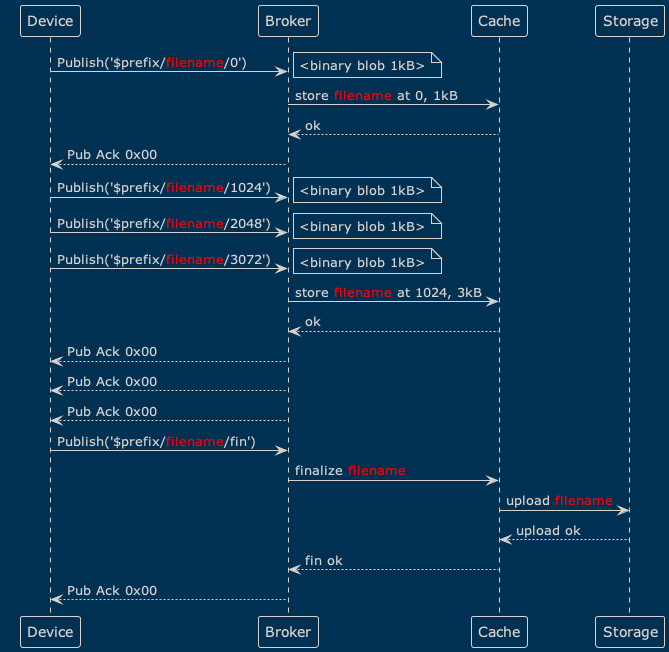
The PlantUML diagram active/0021-assets/flow-happy-path.png in emqx/eip, before a commit.
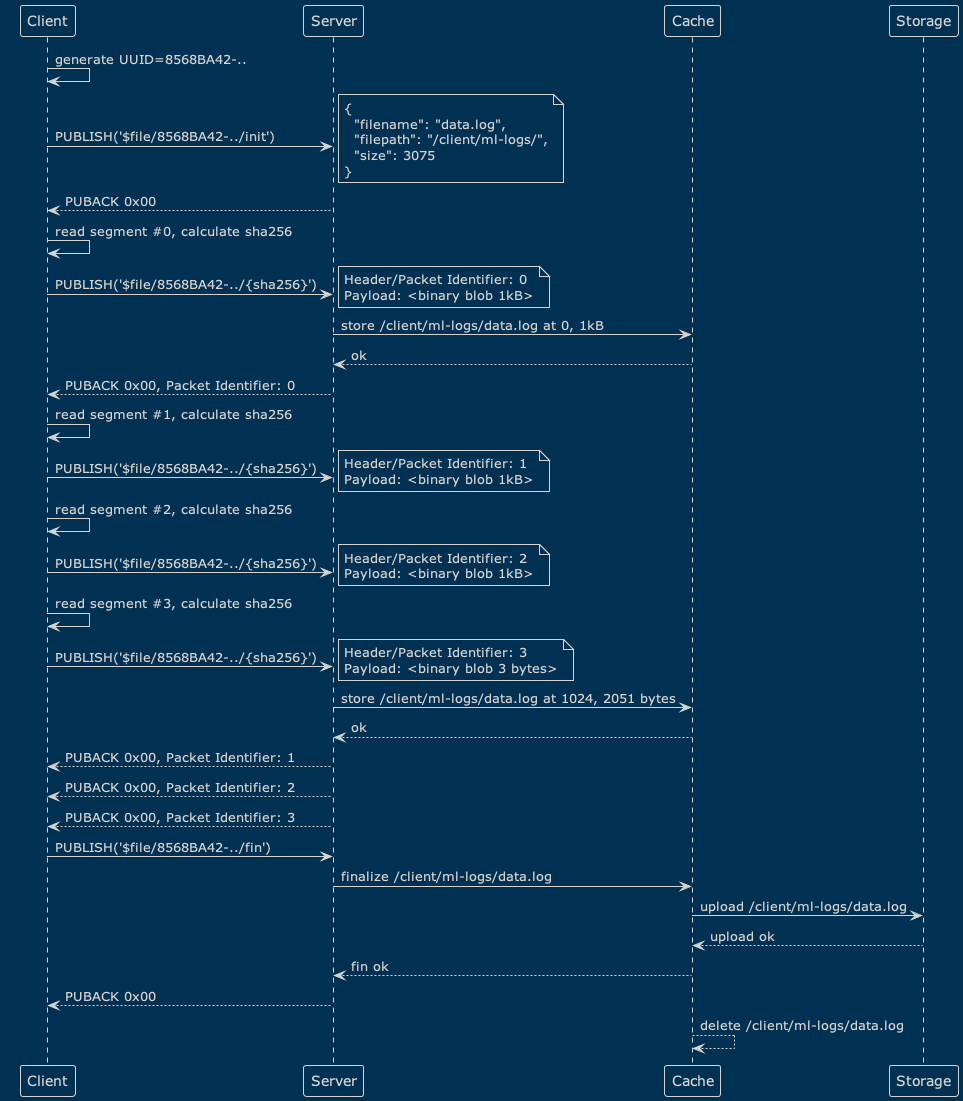
Above is the later version.

The edit, as a diff of the source:
```diff
@@ -1,33 +1,52 @@
 @startuml
 !theme blueprint
-Device -> Broker: Publish('$prefix/<color red>filename</color>/0')
+Client -> Client: generate UUID=8568BA42-..
+Client -> Server: PUBLISH('$file/8568BA42-../init')
 note right
-<binary blob 1kB>
+{
+  "filename": "data.log",
+  "filepath": "/client/ml-logs/",
+  "size": 3075
+}
 end note
-Broker -> Cache: store <color red>filename</color> at 0, 1kB
-Cache --> Broker: ok
-Broker --> Device: Pub Ack 0x00
-Device -> Broker: Publish('$prefix/<color red>filename</color>/1024')
+Server --> Client: PUBACK 0x00
+Client -> Client: read segment #0, calculate sha256
+Client -> Server: PUBLISH('$file/8568BA42-../{sha256}')
 note right
-<binary blob 1kB>
+Header/Packet Identifier: 0
+Payload: <binary blob 1kB>
 end note
-Device -> Broker: Publish('$prefix/<color red>filename</color>/2048')
+Server -> Cache: store /client/ml-logs/data.log at 0, 1kB
+Cache --> Server: ok
+Server --> Client: PUBACK 0x00, Packet Identifier: 0
+Client -> Client: read segment #1, calculate sha256
+Client -> Server: PUBLISH('$file/8568BA42-../{sha256}')
 note right
-<binary blob 1kB>
+Header/Packet Identifier: 1
+Payload: <binary blob 1kB>
 end note
-Device -> Broker: Publish('$prefix/<color red>filename</color>/3072')
+Client -> Client: read segment #2, calculate sha256
+Client -> Server: PUBLISH('$file/8568BA42-../{sha256}')
 note right
-<binary blob 1kB>
+Header/Packet Identifier: 2
+Payload: <binary blob 1kB>
 end note
-Broker -> Cache: store <color red>filename</color> at 1024, 3kB
-Cache --> Broker: ok
-Broker --> Device: Pub Ack 0x00
-Broker --> Device: Pub Ack 0x00
-Broker --> Device: Pub Ack 0x00
-Device -> Broker: Publish('$prefix/<color red>filename</color>/fin')
-Broker -> Cache: finalize <color red>filename</color>
-Cache -> Storage: upload <color red>filename</color>
+Client -> Client: read segment #3, calculate sha256
+Client -> Server: PUBLISH('$file/8568BA42-../{sha256}')
+note right
+Header/Packet Identifier: 3
+Payload: <binary blob 3 bytes>
+end note
+Server -> Cache: store /client/ml-logs/data.log at 1024, 2051 bytes
+Cache --> Server: ok
+Server --> Client: PUBACK 0x00, Packet Identifier: 1
+Server --> Client: PUBACK 0x00, Packet Identifier: 2
+Server --> Client: PUBACK 0x00, Packet Identifier: 3
+Client -> Server: PUBLISH('$file/8568BA42-../fin')
+Server -> Cache: finalize /client/ml-logs/data.log
+Cache -> Storage: upload /client/ml-logs/data.log
 Storage --> Cache: upload ok
-Cache --> Broker: fin ok
-Broker --> Device: Pub Ack 0x00
+Cache --> Server: fin ok
+Server --> Client: PUBACK 0x00
+Cache --> Cache: delete /client/ml-logs/data.log
 @enduml
```
